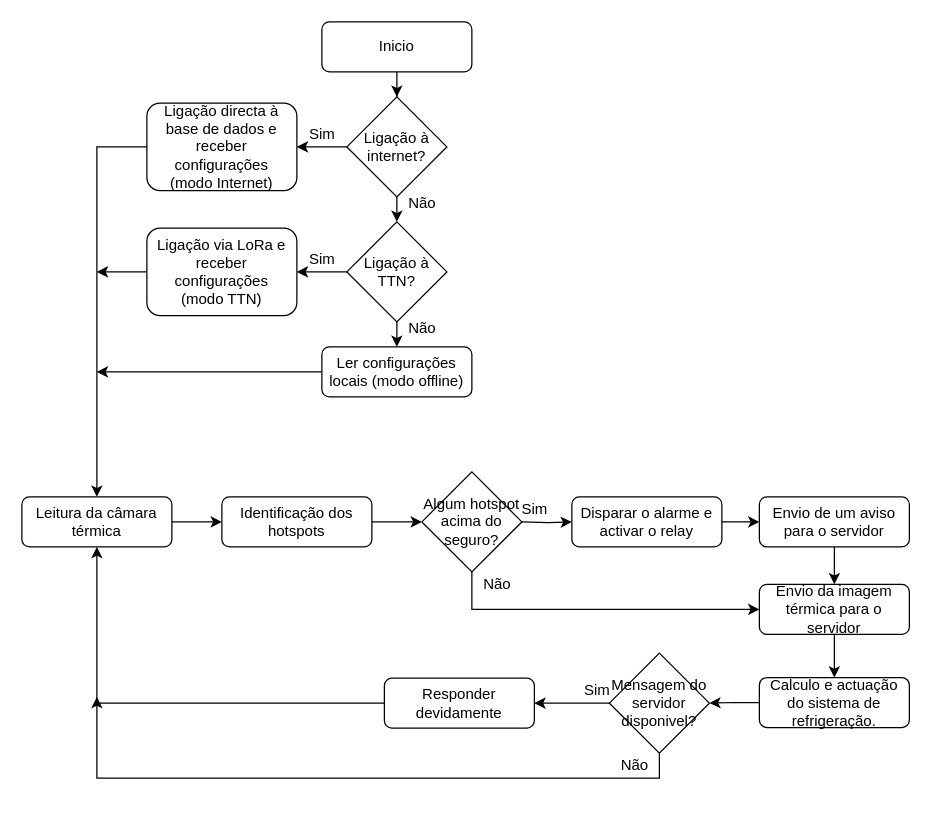
The draw.io diagram Diagram.drawio in CyberPoliceOfficer/RMSF-proj, before the edit. Source tidied: cells renumbered, new cells numbered last; positions are measured from the earlier drawing's top-left corner, leaving out a move shared by most shapes. Both pictures are drawn from the tidied source at 125%, with x=0, y=0 at pixel (21, 21).
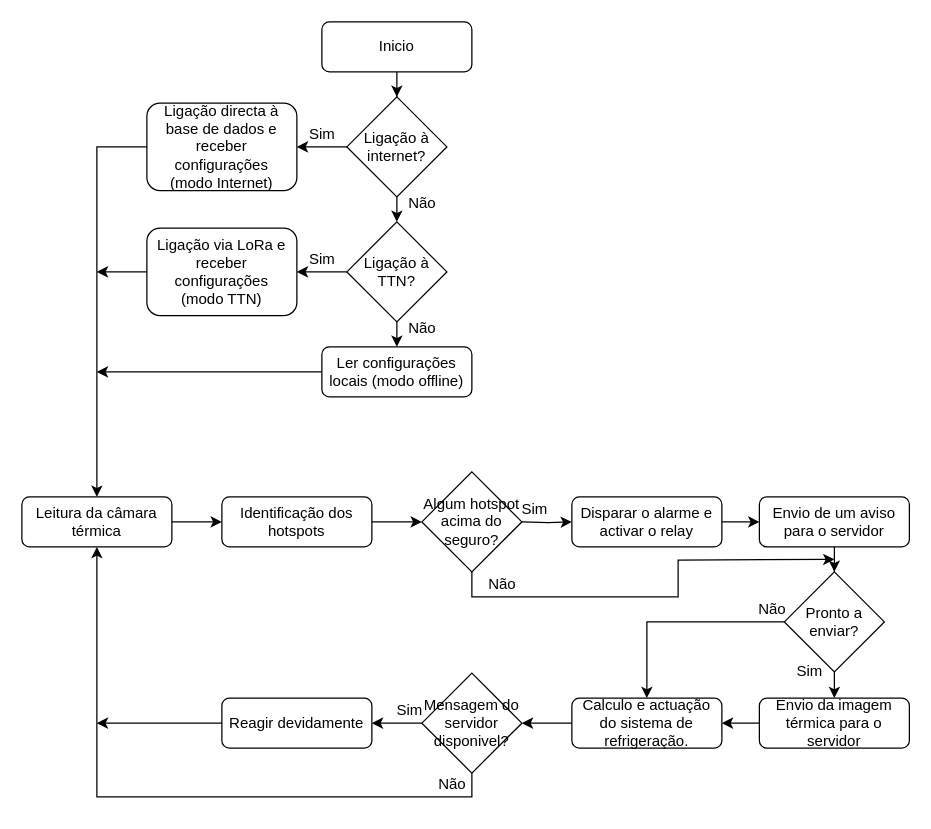
The same page after the edit.

Unchanged cells that the change refers to:
```xml
<mxCell id="3" value="Leitura da câmara térmica" style="rounded=1;whiteSpace=wrap;html=1;fontSize=12;glass=0;strokeWidth=1;shadow=0;" parent="1" vertex="1">
  <mxGeometry y="380" width="120" height="40" as="geometry" />
</mxCell>
<mxCell id="8" value="Algum hotspot acima do seguro?" style="rhombus;whiteSpace=wrap;html=1;" parent="1" vertex="1">
  <mxGeometry x="320" y="360" width="80" height="80" as="geometry" />
</mxCell>
<mxCell id="34" value="Envio de um aviso para o servidor" style="rounded=1;whiteSpace=wrap;html=1;fontSize=12;glass=0;strokeWidth=1;shadow=0;" parent="1" vertex="1">
  <mxGeometry x="590" y="380" width="120" height="40" as="geometry" />
</mxCell>
```

Diff of the diagram source:
```diff
@@
-    <mxCell id="7" style="edgeStyle=orthogonalEdgeStyle;rounded=0;jettySize=auto;html=1;exitX=0.5;exitY=1;exitDx=0;exitDy=0;entryX=0;entryY=0.5;entryDx=0;entryDy=0;" parent="1" edge="1" source="8" target="13">
-      <mxGeometry relative="1" as="geometry" />
-    </mxCell>
+    <mxCell id="44" style="edgeStyle=orthogonalEdgeStyle;rounded=0;jettySize=auto;html=1;exitX=0.5;exitY=1;exitDx=0;exitDy=0;" parent="1" edge="1" source="8">
+      <mxGeometry relative="1" as="geometry">
+        <mxPoint x="650" y="430" as="targetPoint" />
+      </mxGeometry>
+    </mxCell>
@@
-    <mxCell id="12" style="edgeStyle=orthogonalEdgeStyle;rounded=0;jettySize=auto;html=1;exitX=0.5;exitY=1;exitDx=0;exitDy=0;entryX=0.5;entryY=0;entryDx=0;entryDy=0;" parent="1" edge="1" source="13" target="36">
+    <mxCell id="12" style="edgeStyle=orthogonalEdgeStyle;rounded=0;jettySize=auto;html=1;exitX=0;exitY=0.5;exitDx=0;exitDy=0;entryX=1;entryY=0.5;entryDx=0;entryDy=0;" parent="1" edge="1" source="13" target="36">
       <mxGeometry relative="1" as="geometry" />
     </mxCell>
     <mxCell id="13" value="Envio da imagem térmica para o servidor" style="rounded=1;whiteSpace=wrap;html=1;fontSize=12;glass=0;strokeWidth=1;shadow=0;" parent="1" vertex="1">
-      <mxGeometry x="590" y="450" width="120" height="40" as="geometry" />
+      <mxGeometry x="590" y="541" width="120" height="40" as="geometry" />
     </mxCell>
@@
-    <mxCell id="32" value="Não" style="text;html=1;align=center;verticalAlign=middle;" parent="1" vertex="1">
-      <mxGeometry x="360" y="440" width="40" height="20" as="geometry" />
-    </mxCell>
-    <mxCell id="33" style="edgeStyle=orthogonalEdgeStyle;rounded=0;jettySize=auto;html=1;exitX=0.5;exitY=1;exitDx=0;exitDy=0;entryX=0.5;entryY=0;entryDx=0;entryDy=0;" parent="1" edge="1" source="34" target="13">
-      <mxGeometry relative="1" as="geometry" />
-    </mxCell>
+    <mxCell id="45" style="edgeStyle=orthogonalEdgeStyle;rounded=0;jettySize=auto;html=1;" parent="1" edge="1" source="34" target="49">
+      <mxGeometry relative="1" as="geometry" />
+    </mxCell>
@@
     <mxCell id="36" value="Calculo e actuação do sistema de refrigeração. " style="rounded=1;whiteSpace=wrap;html=1;fontSize=12;glass=0;strokeWidth=1;shadow=0;" parent="1" vertex="1">
-      <mxGeometry x="590" y="524.5" width="120" height="40" as="geometry" />
+      <mxGeometry x="440" y="541" width="120" height="40" as="geometry" />
     </mxCell>
+    <mxCell id="38" style="edgeStyle=orthogonalEdgeStyle;rounded=0;jettySize=auto;html=1;exitX=0.5;exitY=1;exitDx=0;exitDy=0;entryX=0.5;entryY=1;entryDx=0;entryDy=0;" parent="1" edge="1" source="39" target="3">
+      <mxGeometry relative="1" as="geometry">
+        <Array as="points">
+          <mxPoint x="360" y="620" />
+          <mxPoint x="60" y="620" />
+        </Array>
+      </mxGeometry>
+    </mxCell>
@@
-    <mxCell id="38" style="edgeStyle=orthogonalEdgeStyle;rounded=0;jettySize=auto;html=1;exitX=0.5;exitY=1;exitDx=0;exitDy=0;entryX=0.5;entryY=1;entryDx=0;entryDy=0;" parent="1" edge="1" source="39" target="3">
-      <mxGeometry relative="1" as="geometry" />
-    </mxCell>
     <mxCell id="39" value="Mensagem do servidor disponivel?" style="rhombus;whiteSpace=wrap;html=1;" parent="1" vertex="1">
-      <mxGeometry x="470" y="505" width="80" height="80" as="geometry" />
+      <mxGeometry x="320" y="521" width="80" height="80" as="geometry" />
     </mxCell>
-    <mxCell id="40" style="edgeStyle=orthogonalEdgeStyle;rounded=0;jettySize=auto;html=1;exitX=0;exitY=0.5;exitDx=0;exitDy=0;" parent="1" edge="1" source="41">
-      <mxGeometry relative="1" as="geometry">
-        <mxPoint x="60" y="540" as="targetPoint" />
-        <Array as="points">
-          <mxPoint x="60" y="545" />
-        </Array>
-      </mxGeometry>
-    </mxCell>
+    <mxCell id="46" style="edgeStyle=orthogonalEdgeStyle;rounded=0;jettySize=auto;html=1;exitX=0;exitY=0.5;exitDx=0;exitDy=0;" parent="1" edge="1" source="41">
+      <mxGeometry relative="1" as="geometry">
+        <mxPoint x="60" y="561" as="targetPoint" />
+      </mxGeometry>
+    </mxCell>
-    <mxCell id="41" value="Responder devidamente" style="rounded=1;whiteSpace=wrap;html=1;fontSize=12;glass=0;strokeWidth=1;shadow=0;" parent="1" vertex="1">
-      <mxGeometry x="290" y="525" width="120" height="40" as="geometry" />
+    <mxCell id="41" value="Reagir devidamente" style="rounded=1;whiteSpace=wrap;html=1;fontSize=12;glass=0;strokeWidth=1;shadow=0;" parent="1" vertex="1">
+      <mxGeometry x="160" y="541" width="120" height="40" as="geometry" />
     </mxCell>
     <mxCell id="42" value="Sim" style="text;html=1;align=center;verticalAlign=middle;" parent="1" vertex="1">
-      <mxGeometry x="440" y="525" width="40" height="20" as="geometry" />
+      <mxGeometry x="290" y="541" width="40" height="20" as="geometry" />
     </mxCell>
     <mxCell id="43" value="Não" style="text;html=1;align=center;verticalAlign=middle;" parent="1" vertex="1">
-      <mxGeometry x="470" y="585" width="40" height="20" as="geometry" />
+      <mxGeometry x="324" y="600" width="40" height="20" as="geometry" />
     </mxCell>
+    <mxCell id="47" style="edgeStyle=orthogonalEdgeStyle;rounded=0;jettySize=auto;html=1;" parent="1" edge="1" source="49" target="36">
+      <mxGeometry relative="1" as="geometry" />
+    </mxCell>
+    <mxCell id="48" style="edgeStyle=orthogonalEdgeStyle;rounded=0;jettySize=auto;html=1;exitX=0.5;exitY=1;exitDx=0;exitDy=0;entryX=0.5;entryY=0;entryDx=0;entryDy=0;" parent="1" edge="1" source="49" target="13">
+      <mxGeometry relative="1" as="geometry" />
+    </mxCell>
+    <mxCell id="49" value="Pronto a enviar?" style="rhombus;whiteSpace=wrap;html=1;" parent="1" vertex="1">
+      <mxGeometry x="610" y="440" width="80" height="80" as="geometry" />
+    </mxCell>
+    <mxCell id="50" value="Não" style="text;html=1;align=center;verticalAlign=middle;" parent="1" vertex="1">
+      <mxGeometry x="364" y="440" width="40" height="20" as="geometry" />
+    </mxCell>
+    <mxCell id="51" value="Não" style="text;html=1;align=center;verticalAlign=middle;" parent="1" vertex="1">
+      <mxGeometry x="580" y="460" width="40" height="20" as="geometry" />
+    </mxCell>
+    <mxCell id="52" value="Sim" style="text;html=1;align=center;verticalAlign=middle;" parent="1" vertex="1">
+      <mxGeometry x="610" y="510" width="40" height="20" as="geometry" />
+    </mxCell>
```
